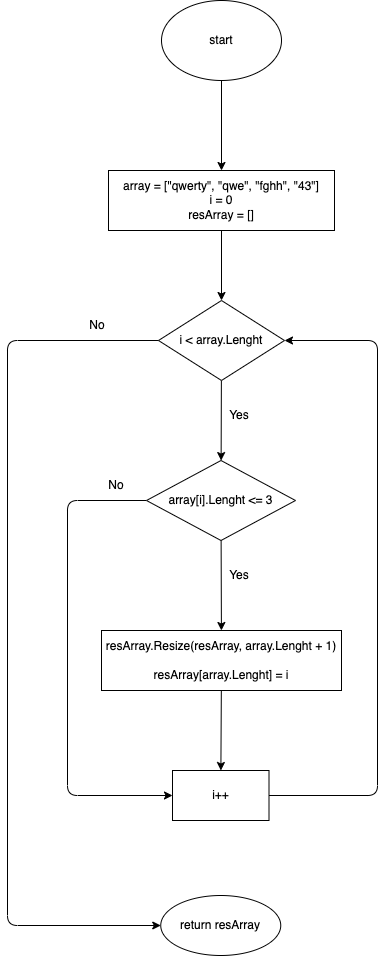
The draw.io diagram flowchart.drawio.png in npokhodnya/testGB_Developer, before a commit. Source tidied: cells renumbered, new cells last; positions are measured from the earlier drawing's top-left corner, leaving out a move shared by most shapes. The source it was exported from:
```xml
<mxGraphModel>
  <root>
    <mxCell id="0" />
    <mxCell id="1" parent="0" />
    <mxCell id="2" style="edgeStyle=none;html=1;" parent="1" edge="1" source="3" target="5">
      <mxGeometry relative="1" as="geometry" />
    </mxCell>
    <mxCell id="3" value="start" style="ellipse;whiteSpace=wrap;html=1;" parent="1" vertex="1">
      <mxGeometry x="154" width="120" height="80" as="geometry" />
    </mxCell>
    <mxCell id="4" style="edgeStyle=none;html=1;" parent="1" edge="1" source="5" target="7">
      <mxGeometry relative="1" as="geometry" />
    </mxCell>
    <mxCell id="5" value="array = [&quot;qwerty&quot;, &quot;qwe&quot;, &quot;fghh&quot;, &quot;43&quot;]&lt;br&gt;i = 0&lt;br&gt;resArray = []" style="whiteSpace=wrap;html=1;" parent="1" vertex="1">
      <mxGeometry x="101" y="170" width="226" height="60" as="geometry" />
    </mxCell>
    <mxCell id="6" style="edgeStyle=none;html=1;" parent="1" edge="1" source="7" target="11">
      <mxGeometry relative="1" as="geometry" />
    </mxCell>
    <mxCell id="7" value="i &amp;lt; array.Lenght" style="rhombus;whiteSpace=wrap;html=1;" parent="1" vertex="1">
      <mxGeometry x="151" y="300" width="126" height="80" as="geometry" />
    </mxCell>
    <mxCell id="8" style="edgeStyle=none;html=1;" parent="1" edge="1" source="11" target="13">
      <mxGeometry relative="1" as="geometry" />
    </mxCell>
    <mxCell id="9" style="edgeStyle=none;html=1;exitX=0;exitY=0.5;exitDx=0;exitDy=0;entryX=0;entryY=0.5;entryDx=0;entryDy=0;" parent="1" edge="1" source="11" target="15">
      <mxGeometry relative="1" as="geometry">
        <Array as="points">
          <mxPoint x="60" y="500" />
          <mxPoint x="60" y="795" />
        </Array>
      </mxGeometry>
    </mxCell>
    <mxCell id="10" style="edgeStyle=none;html=1;exitX=0;exitY=0.5;exitDx=0;exitDy=0;entryX=0;entryY=0.5;entryDx=0;entryDy=0;" parent="1" edge="1" source="7" target="16">
      <mxGeometry relative="1" as="geometry">
        <Array as="points">
          <mxPoint y="340" />
          <mxPoint y="925" />
        </Array>
      </mxGeometry>
    </mxCell>
    <mxCell id="11" value="array[i].Lenght &amp;lt;= 3" style="rhombus;whiteSpace=wrap;html=1;" parent="1" vertex="1">
      <mxGeometry x="139" y="460" width="149" height="80" as="geometry" />
    </mxCell>
    <mxCell id="12" style="edgeStyle=none;html=1;" parent="1" edge="1" source="13" target="15">
      <mxGeometry relative="1" as="geometry" />
    </mxCell>
    <mxCell id="13" value="resArray.Resize(resArray, array.Lenght + 1)&lt;br&gt;&lt;br&gt;resArray[array.Lenght] = i" style="whiteSpace=wrap;html=1;" parent="1" vertex="1">
      <mxGeometry x="94" y="630" width="240" height="60" as="geometry" />
    </mxCell>
    <mxCell id="14" style="edgeStyle=none;html=1;exitX=1;exitY=0.5;exitDx=0;exitDy=0;entryX=1;entryY=0.5;entryDx=0;entryDy=0;" parent="1" edge="1" source="15" target="7">
      <mxGeometry relative="1" as="geometry">
        <Array as="points">
          <mxPoint x="370" y="795" />
          <mxPoint x="370" y="340" />
        </Array>
      </mxGeometry>
    </mxCell>
    <mxCell id="15" value="i++" style="whiteSpace=wrap;html=1;" parent="1" vertex="1">
      <mxGeometry x="165" y="770" width="96.5" height="50" as="geometry" />
    </mxCell>
    <mxCell id="16" value="return resArray" style="ellipse;whiteSpace=wrap;html=1;" parent="1" vertex="1">
      <mxGeometry x="153.2" y="895" width="120" height="60" as="geometry" />
    </mxCell>
    <mxCell id="17" value="No" style="text;html=1;strokeColor=none;fillColor=none;align=center;verticalAlign=middle;whiteSpace=wrap;rounded=0;" parent="1" vertex="1">
      <mxGeometry x="79" y="470" width="60" height="30" as="geometry" />
    </mxCell>
    <mxCell id="18" value="Yes" style="text;html=1;strokeColor=none;fillColor=none;align=center;verticalAlign=middle;whiteSpace=wrap;rounded=0;" parent="1" vertex="1">
      <mxGeometry x="201.5" y="560" width="60" height="30" as="geometry" />
    </mxCell>
    <mxCell id="19" value="Yes" style="text;html=1;strokeColor=none;fillColor=none;align=center;verticalAlign=middle;whiteSpace=wrap;rounded=0;" parent="1" vertex="1">
      <mxGeometry x="201.5" y="400" width="60" height="30" as="geometry" />
    </mxCell>
    <mxCell id="20" value="No" style="text;html=1;strokeColor=none;fillColor=none;align=center;verticalAlign=middle;whiteSpace=wrap;rounded=0;" parent="1" vertex="1">
      <mxGeometry x="60" y="310" width="60" height="30" as="geometry" />
    </mxCell>
  </root>
</mxGraphModel>
```
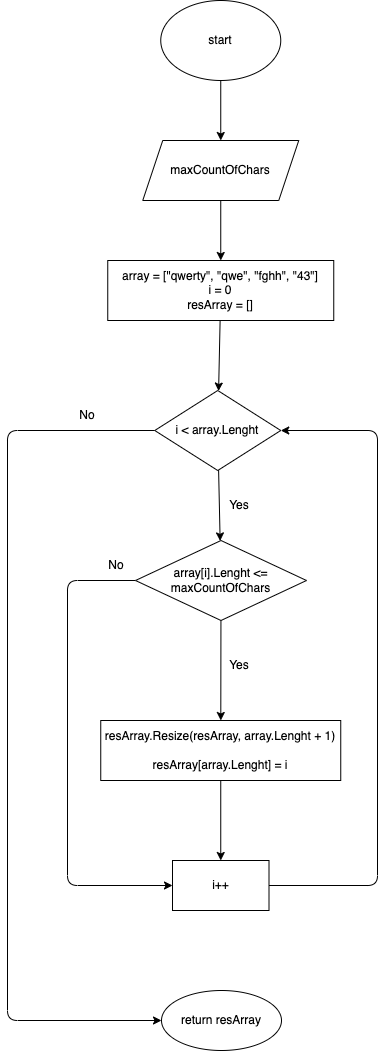
After the change.

The edit, as a diff of the source:
```diff
@@ -2,23 +2,23 @@
   <root>
     <mxCell id="0" />
     <mxCell id="1" parent="0" />
-    <mxCell id="2" style="edgeStyle=none;html=1;" parent="1" edge="1" source="3" target="5">
-      <mxGeometry relative="1" as="geometry" />
-    </mxCell>
+    <mxCell id="21" style="edgeStyle=none;html=1;exitX=0.5;exitY=1;exitDx=0;exitDy=0;entryX=0.5;entryY=0;entryDx=0;entryDy=0;" parent="1" edge="1" source="3" target="23">
+      <mxGeometry relative="1" as="geometry" />
+    </mxCell>
     <mxCell id="3" value="start" style="ellipse;whiteSpace=wrap;html=1;" parent="1" vertex="1">
-      <mxGeometry x="154" width="120" height="80" as="geometry" />
+      <mxGeometry x="153.2" y="-30" width="120" height="80" as="geometry" />
     </mxCell>
     <mxCell id="4" style="edgeStyle=none;html=1;" parent="1" edge="1" source="5" target="7">
       <mxGeometry relative="1" as="geometry" />
     </mxCell>
     <mxCell id="5" value="array = [&quot;qwerty&quot;, &quot;qwe&quot;, &quot;fghh&quot;, &quot;43&quot;]&lt;br&gt;i = 0&lt;br&gt;resArray = []" style="whiteSpace=wrap;html=1;" parent="1" vertex="1">
-      <mxGeometry x="101" y="170" width="226" height="60" as="geometry" />
+      <mxGeometry x="100.2" y="230" width="226" height="60" as="geometry" />
     </mxCell>
     <mxCell id="6" style="edgeStyle=none;html=1;" parent="1" edge="1" source="7" target="11">
       <mxGeometry relative="1" as="geometry" />
     </mxCell>
     <mxCell id="7" value="i &amp;lt; array.Lenght" style="rhombus;whiteSpace=wrap;html=1;" parent="1" vertex="1">
-      <mxGeometry x="151" y="300" width="126" height="80" as="geometry" />
+      <mxGeometry x="147.2" y="360" width="126" height="80" as="geometry" />
     </mxCell>
     <mxCell id="8" style="edgeStyle=none;html=1;" parent="1" edge="1" source="11" target="13">
       <mxGeometry relative="1" as="geometry" />
@@ -26,53 +26,59 @@
     <mxCell id="9" style="edgeStyle=none;html=1;exitX=0;exitY=0.5;exitDx=0;exitDy=0;entryX=0;entryY=0.5;entryDx=0;entryDy=0;" parent="1" edge="1" source="11" target="15">
       <mxGeometry relative="1" as="geometry">
         <Array as="points">
-          <mxPoint x="60" y="500" />
-          <mxPoint x="60" y="795" />
+          <mxPoint x="60" y="550" />
+          <mxPoint x="60" y="855" />
         </Array>
       </mxGeometry>
     </mxCell>
     <mxCell id="10" style="edgeStyle=none;html=1;exitX=0;exitY=0.5;exitDx=0;exitDy=0;entryX=0;entryY=0.5;entryDx=0;entryDy=0;" parent="1" edge="1" source="7" target="16">
       <mxGeometry relative="1" as="geometry">
         <Array as="points">
-          <mxPoint y="340" />
-          <mxPoint y="925" />
+          <mxPoint y="400" />
+          <mxPoint y="990" />
         </Array>
       </mxGeometry>
     </mxCell>
-    <mxCell id="11" value="array[i].Lenght &amp;lt;= 3" style="rhombus;whiteSpace=wrap;html=1;" parent="1" vertex="1">
-      <mxGeometry x="139" y="460" width="149" height="80" as="geometry" />
+    <mxCell id="11" value="array[i].Lenght &amp;lt;= maxCountOfChars" style="rhombus;whiteSpace=wrap;html=1;" parent="1" vertex="1">
+      <mxGeometry x="128" y="510" width="171" height="80" as="geometry" />
     </mxCell>
     <mxCell id="12" style="edgeStyle=none;html=1;" parent="1" edge="1" source="13" target="15">
       <mxGeometry relative="1" as="geometry" />
     </mxCell>
     <mxCell id="13" value="resArray.Resize(resArray, array.Lenght + 1)&lt;br&gt;&lt;br&gt;resArray[array.Lenght] = i" style="whiteSpace=wrap;html=1;" parent="1" vertex="1">
-      <mxGeometry x="94" y="630" width="240" height="60" as="geometry" />
+      <mxGeometry x="93.2" y="690" width="240" height="60" as="geometry" />
     </mxCell>
     <mxCell id="14" style="edgeStyle=none;html=1;exitX=1;exitY=0.5;exitDx=0;exitDy=0;entryX=1;entryY=0.5;entryDx=0;entryDy=0;" parent="1" edge="1" source="15" target="7">
       <mxGeometry relative="1" as="geometry">
         <Array as="points">
-          <mxPoint x="370" y="795" />
-          <mxPoint x="370" y="340" />
+          <mxPoint x="370" y="855" />
+          <mxPoint x="370" y="400" />
         </Array>
       </mxGeometry>
     </mxCell>
     <mxCell id="15" value="i++" style="whiteSpace=wrap;html=1;" parent="1" vertex="1">
-      <mxGeometry x="165" y="770" width="96.5" height="50" as="geometry" />
+      <mxGeometry x="165" y="830" width="96.5" height="50" as="geometry" />
     </mxCell>
     <mxCell id="16" value="return resArray" style="ellipse;whiteSpace=wrap;html=1;" parent="1" vertex="1">
-      <mxGeometry x="153.2" y="895" width="120" height="60" as="geometry" />
+      <mxGeometry x="154" y="960" width="120" height="60" as="geometry" />
     </mxCell>
     <mxCell id="17" value="No" style="text;html=1;strokeColor=none;fillColor=none;align=center;verticalAlign=middle;whiteSpace=wrap;rounded=0;" parent="1" vertex="1">
-      <mxGeometry x="79" y="470" width="60" height="30" as="geometry" />
+      <mxGeometry x="79" y="520" width="60" height="30" as="geometry" />
     </mxCell>
     <mxCell id="18" value="Yes" style="text;html=1;strokeColor=none;fillColor=none;align=center;verticalAlign=middle;whiteSpace=wrap;rounded=0;" parent="1" vertex="1">
-      <mxGeometry x="201.5" y="560" width="60" height="30" as="geometry" />
+      <mxGeometry x="201.5" y="620" width="60" height="30" as="geometry" />
     </mxCell>
     <mxCell id="19" value="Yes" style="text;html=1;strokeColor=none;fillColor=none;align=center;verticalAlign=middle;whiteSpace=wrap;rounded=0;" parent="1" vertex="1">
-      <mxGeometry x="201.5" y="400" width="60" height="30" as="geometry" />
+      <mxGeometry x="201.5" y="460" width="60" height="30" as="geometry" />
     </mxCell>
     <mxCell id="20" value="No" style="text;html=1;strokeColor=none;fillColor=none;align=center;verticalAlign=middle;whiteSpace=wrap;rounded=0;" parent="1" vertex="1">
-      <mxGeometry x="60" y="310" width="60" height="30" as="geometry" />
+      <mxGeometry x="50" y="370" width="60" height="30" as="geometry" />
     </mxCell>
+    <mxCell id="22" style="edgeStyle=none;html=1;exitX=0.5;exitY=1;exitDx=0;exitDy=0;entryX=0.5;entryY=0;entryDx=0;entryDy=0;" parent="1" edge="1" source="23" target="5">
+      <mxGeometry relative="1" as="geometry" />
+    </mxCell>
+    <mxCell id="23" value="maxCountOfChars" style="shape=parallelogram;perimeter=parallelogramPerimeter;whiteSpace=wrap;html=1;fixedSize=1;" parent="1" vertex="1">
+      <mxGeometry x="135.2" y="110" width="156" height="60" as="geometry" />
+    </mxCell>
   </root>
 </mxGraphModel>
```
